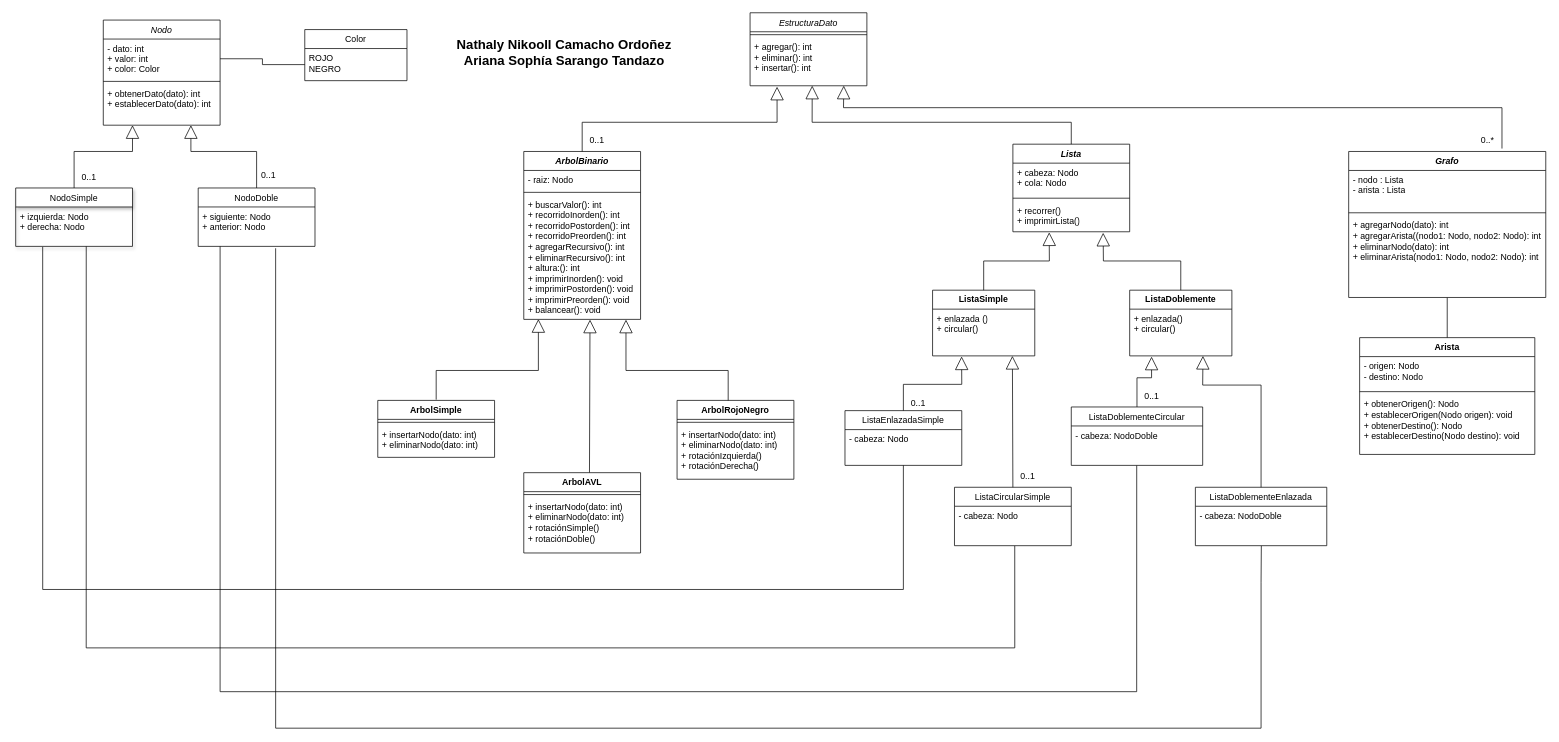
The draw.io diagram ArbolBinario.drawio in ArianaSarango/ArbolBinario, before the edit. Source tidied: cells renumbered, new cells numbered last; positions are measured from the earlier drawing's top-left corner, leaving out a move shared by most shapes. Both pictures are drawn from the tidied source at 73%, with x=0, y=0 at pixel (15, 12).
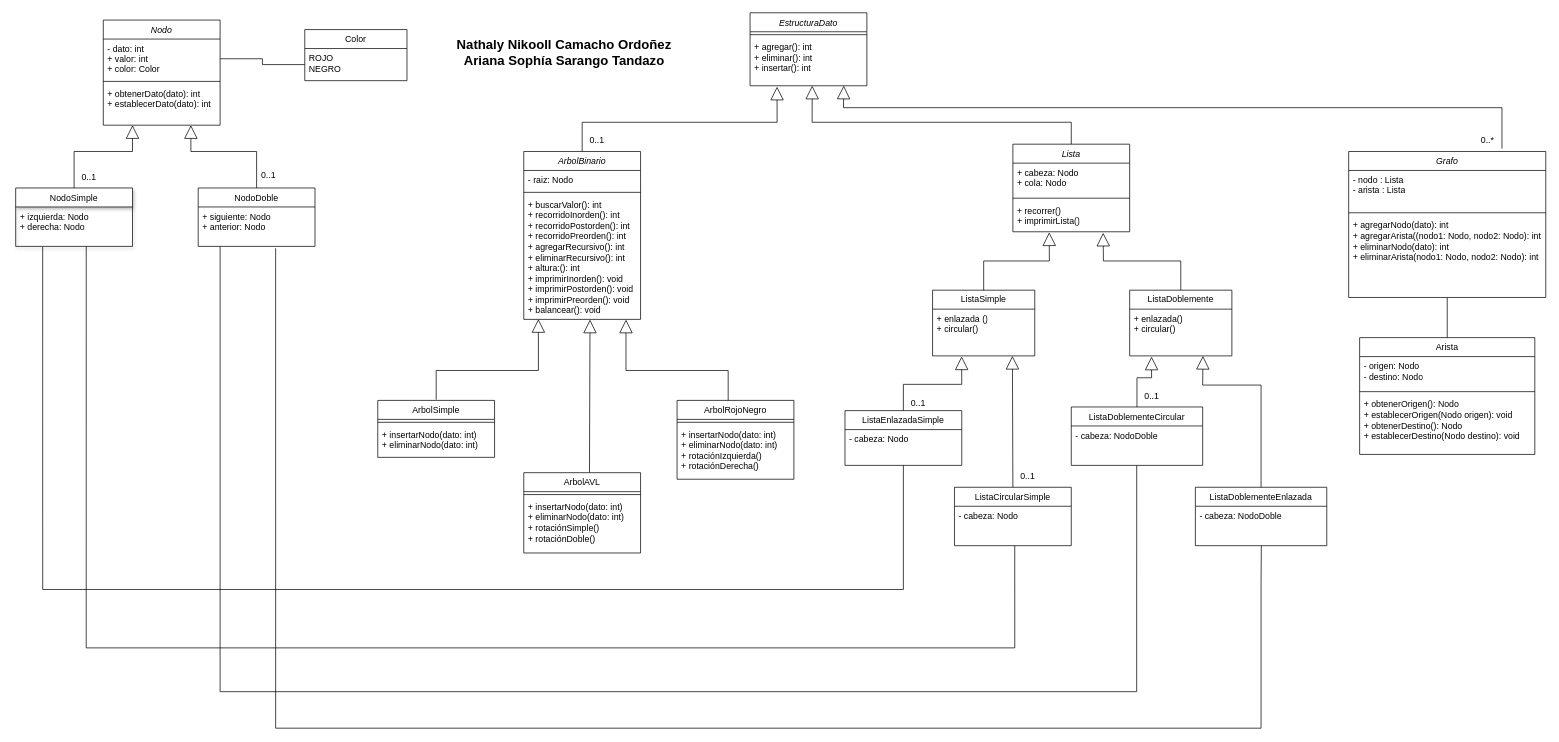
After the change.

Diff of the diagram source:
```diff
@@
-    <mxCell id="17" value="&lt;i style=&quot;&quot;&gt;ArbolBinario&lt;/i&gt;" style="swimlane;fontStyle=1;align=center;verticalAlign=top;horizontal=1;startSize=26;whiteSpace=wrap;html=1;" parent="1" vertex="1">
+    <mxCell id="17" value="&lt;i style=&quot;font-weight: normal;&quot;&gt;ArbolBinario&lt;/i&gt;" style="swimlane;fontStyle=1;align=center;verticalAlign=top;horizontal=1;startSize=26;whiteSpace=wrap;html=1;" parent="1" vertex="1">
       <mxGeometry x="696" y="190" width="160" height="230" as="geometry" />
     </mxCell>
@@
-    <mxCell id="28" value="&lt;i style=&quot;&quot;&gt;Lista&lt;/i&gt;" style="swimlane;fontStyle=1;align=center;verticalAlign=top;horizontal=1;startSize=26;whiteSpace=wrap;html=1;" parent="1" vertex="1">
+    <mxCell id="28" value="&lt;i style=&quot;font-weight: normal;&quot;&gt;Lista&lt;/i&gt;" style="swimlane;fontStyle=1;align=center;verticalAlign=top;horizontal=1;startSize=26;whiteSpace=wrap;html=1;" parent="1" vertex="1">
       <mxGeometry x="1366" y="180" width="160" height="120" as="geometry" />
     </mxCell>
@@
-    <mxCell id="38" value="&lt;div&gt;&lt;b&gt;ListaSimple&lt;/b&gt;&lt;/div&gt;" style="swimlane;fontStyle=0;horizontal=1;startSize=26;fillColor=none;whiteSpace=wrap;html=1;" parent="1" vertex="1">
+    <mxCell id="38" value="&lt;div&gt;ListaSimple&lt;/div&gt;" style="swimlane;fontStyle=0;horizontal=1;startSize=26;fillColor=none;whiteSpace=wrap;html=1;" parent="1" vertex="1">
       <mxGeometry x="1256" y="380" width="140" height="90" as="geometry" />
     </mxCell>
@@
-    <mxCell id="40" value="&lt;b&gt;ListaDoblemente&lt;/b&gt;" style="swimlane;fontStyle=0;horizontal=1;startSize=26;fillColor=none;whiteSpace=wrap;html=1;" parent="1" vertex="1">
+    <mxCell id="40" value="ListaDoblemente" style="swimlane;fontStyle=0;horizontal=1;startSize=26;fillColor=none;whiteSpace=wrap;html=1;" parent="1" vertex="1">
       <mxGeometry x="1526" y="380" width="140" height="90" as="geometry" />
     </mxCell>
@@
-    <mxCell id="44" value="ArbolSimple" style="swimlane;fontStyle=1;align=center;verticalAlign=top;horizontal=1;startSize=26;whiteSpace=wrap;html=1;" parent="1" vertex="1">
+    <mxCell id="44" value="&lt;span style=&quot;font-weight: normal;&quot;&gt;ArbolSimple&lt;/span&gt;" style="swimlane;fontStyle=1;align=center;verticalAlign=top;horizontal=1;startSize=26;whiteSpace=wrap;html=1;" parent="1" vertex="1">
       <mxGeometry x="496" y="531" width="160" height="78" as="geometry" />
     </mxCell>
@@
-    <mxCell id="47" value="ArbolAVL" style="swimlane;fontStyle=1;align=center;verticalAlign=top;horizontal=1;startSize=26;whiteSpace=wrap;html=1;" parent="1" vertex="1">
+    <mxCell id="47" value="&lt;span style=&quot;font-weight: normal;&quot;&gt;ArbolAVL&lt;/span&gt;" style="swimlane;fontStyle=1;align=center;verticalAlign=top;horizontal=1;startSize=26;whiteSpace=wrap;html=1;" parent="1" vertex="1">
       <mxGeometry x="696" y="630" width="160" height="110" as="geometry" />
     </mxCell>
@@
-    <mxCell id="50" value="ArbolRojoNegro" style="swimlane;fontStyle=1;align=center;verticalAlign=top;horizontal=1;startSize=26;whiteSpace=wrap;html=1;" parent="1" vertex="1">
+    <mxCell id="50" value="&lt;span style=&quot;font-weight: normal;&quot;&gt;ArbolRojoNegro&lt;/span&gt;" style="swimlane;fontStyle=1;align=center;verticalAlign=top;horizontal=1;startSize=26;whiteSpace=wrap;html=1;" parent="1" vertex="1">
       <mxGeometry x="906" y="531" width="160" height="108" as="geometry" />
     </mxCell>
@@
-    <mxCell id="64" value="&lt;i style=&quot;&quot;&gt;Grafo&lt;/i&gt;" style="swimlane;fontStyle=1;align=center;verticalAlign=top;horizontal=1;startSize=26;whiteSpace=wrap;html=1;" parent="1" vertex="1">
+    <mxCell id="64" value="&lt;i style=&quot;font-weight: normal;&quot;&gt;Grafo&lt;/i&gt;" style="swimlane;fontStyle=1;align=center;verticalAlign=top;horizontal=1;startSize=26;whiteSpace=wrap;html=1;" parent="1" vertex="1">
       <mxGeometry x="1826" y="190" width="270" height="200" as="geometry" />
     </mxCell>
@@
-    <mxCell id="75" value="Arista" style="swimlane;fontStyle=1;align=center;verticalAlign=top;horizontal=1;startSize=26;whiteSpace=wrap;html=1;" parent="1" vertex="1">
+    <mxCell id="75" value="&lt;span style=&quot;font-weight: normal;&quot;&gt;Arista&lt;/span&gt;" style="swimlane;fontStyle=1;align=center;verticalAlign=top;horizontal=1;startSize=26;whiteSpace=wrap;html=1;" parent="1" vertex="1">
       <mxGeometry x="1841" y="445" width="240" height="160" as="geometry" />
     </mxCell>
```
